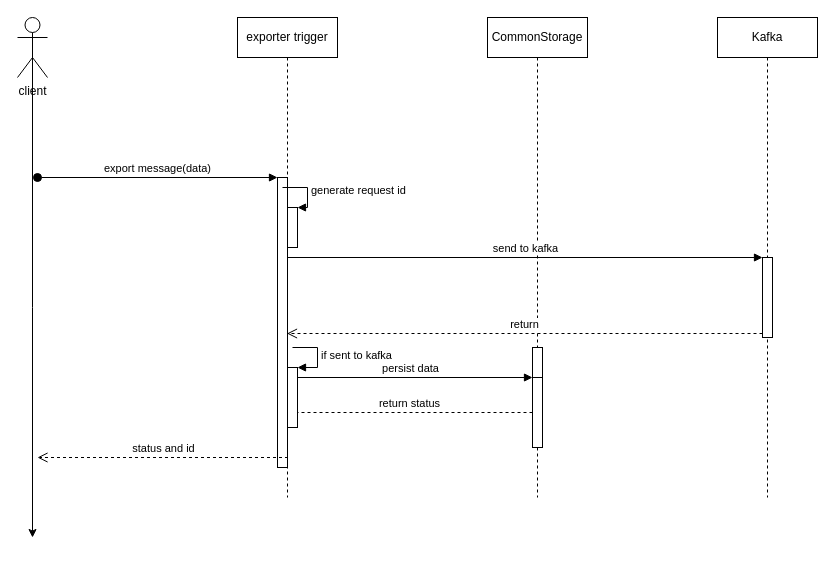
This is page "Export Request Flow" (1 of 2) of design/Exporter Trigger UML.drawio from MapColonies/exporter-trigger-deprecated, a draw.io file, before an edit. Source tidied: cells renumbered, new cells numbered last; positions are measured from the earlier drawing's top-left corner, leaving out a move shared by most shapes. Both pictures are drawn from the tidied source at 100%, with x=0, y=0 at pixel (17, 17).
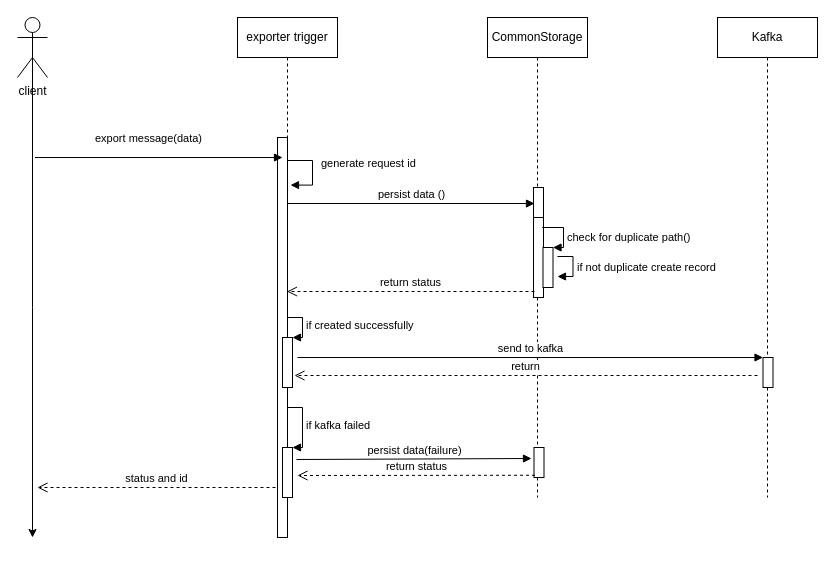
After the change.

Commit message:
fix(design): update sequence diagram

Unchanged cells that the change refers to:
```xml
<mxCell id="9" value="CommonStorage" style="shape=umlLifeline;perimeter=lifelinePerimeter;whiteSpace=wrap;html=1;" parent="1" vertex="1">
  <mxGeometry x="470" width="100" height="480" as="geometry" />
</mxCell>
<mxCell id="12" value="Kafka" style="shape=umlLifeline;perimeter=lifelinePerimeter;whiteSpace=wrap;html=1;" parent="1" vertex="1">
  <mxGeometry x="700" width="100" height="480" as="geometry" />
</mxCell>
```

What changed in the source:
```diff
@@
     <mxCell id="4" value="exporter trigger" style="shape=umlLifeline;perimeter=lifelinePerimeter;whiteSpace=wrap;html=1;outlineConnect=0;" parent="1" vertex="1">
-      <mxGeometry x="220" width="100" height="480" as="geometry" />
+      <mxGeometry x="220" width="100" height="520" as="geometry" />
     </mxCell>
     <mxCell id="5" style="html=1;points=[];perimeter=orthogonalPerimeter;" parent="4" vertex="1">
-      <mxGeometry x="40" y="160" width="10" height="290" as="geometry" />
+      <mxGeometry x="40" y="120" width="10" height="400" as="geometry" />
     </mxCell>
+    <mxCell id="21" style="html=1;points=[];perimeter=orthogonalPerimeter;" parent="4" vertex="1">
+      <mxGeometry x="45" y="320" width="10" height="50" as="geometry" />
+    </mxCell>
+    <mxCell id="22" value="&lt;div style=&quot;text-align: center&quot;&gt;if created successfully&lt;/div&gt;" style="edgeStyle=orthogonalEdgeStyle;html=1;align=left;spacingLeft=2;endArrow=block;rounded=0;entryX=1;entryY=0;" parent="4" edge="1" target="21">
+      <mxGeometry relative="1" as="geometry">
+        <mxPoint x="50" y="300" as="sourcePoint" />
+        <Array as="points">
+          <mxPoint x="65" y="300" />
+        </Array>
+      </mxGeometry>
+    </mxCell>
+    <mxCell id="23" style="html=1;points=[];perimeter=orthogonalPerimeter;" parent="4" vertex="1">
+      <mxGeometry x="45" y="430" width="10" height="50" as="geometry" />
+    </mxCell>
+    <mxCell id="24" value="&lt;div style=&quot;text-align: center&quot;&gt;if kafka failed&lt;/div&gt;" style="edgeStyle=orthogonalEdgeStyle;html=1;align=left;spacingLeft=2;endArrow=block;rounded=0;entryX=1;entryY=0;" parent="4" edge="1" target="23">
+      <mxGeometry relative="1" as="geometry">
+        <mxPoint x="50" y="390" as="sourcePoint" />
+        <Array as="points">
+          <mxPoint x="65" y="390" />
+        </Array>
+      </mxGeometry>
+    </mxCell>
-    <mxCell id="6" value="export message(data)" style="html=1;verticalAlign=bottom;startArrow=oval;endArrow=block;startSize=8;" parent="4" edge="1" target="5">
-      <mxGeometry relative="1" as="geometry">
-        <mxPoint x="-200" y="160" as="sourcePoint" />
+    <mxCell id="6" value="export message(data)" style="html=1;verticalAlign=bottom;endArrow=block;entryX=0.1;entryY=0.267;entryDx=0;entryDy=0;entryPerimeter=0;" parent="4" edge="1">
+      <mxGeometry x="-0.09" y="10" relative="1" as="geometry">
+        <mxPoint x="-202.5" y="140" as="sourcePoint" />
+        <mxPoint x="45" y="140" as="targetPoint" />
       </mxGeometry>
     </mxCell>
-    <mxCell id="7" style="html=1;points=[];perimeter=orthogonalPerimeter;" parent="4" vertex="1">
-      <mxGeometry x="50" y="190" width="10" height="40" as="geometry" />
-    </mxCell>
-    <mxCell id="8" value="&lt;span style=&quot;text-align: center&quot;&gt;generate request id&lt;/span&gt;" style="edgeStyle=orthogonalEdgeStyle;html=1;align=left;spacingLeft=2;endArrow=block;rounded=0;entryX=1;entryY=0;" parent="4" edge="1" target="7">
-      <mxGeometry relative="1" as="geometry">
-        <mxPoint x="45" y="170" as="sourcePoint" />
-        <Array as="points">
-          <mxPoint x="70" y="170" />
-        </Array>
-      </mxGeometry>
-    </mxCell>
@@
     <mxCell id="10" style="html=1;points=[];perimeter=orthogonalPerimeter;" parent="9" vertex="1">
-      <mxGeometry x="45" y="330" width="10" height="60" as="geometry" />
+      <mxGeometry x="46" y="170" width="10" height="60" as="geometry" />
     </mxCell>
     <mxCell id="11" style="html=1;points=[];perimeter=orthogonalPerimeter;" parent="9" vertex="1">
-      <mxGeometry x="45" y="360" width="10" height="70" as="geometry" />
+      <mxGeometry x="46" y="200" width="10" height="80" as="geometry" />
     </mxCell>
@@
     <mxCell id="13" style="html=1;points=[];perimeter=orthogonalPerimeter;" parent="12" vertex="1">
-      <mxGeometry x="45" y="240" width="10" height="80" as="geometry" />
+      <mxGeometry x="45.5" y="340" width="10" height="30" as="geometry" />
     </mxCell>
-    <mxCell id="14" value="status and id" style="html=1;verticalAlign=bottom;endArrow=open;dashed=1;endSize=8;" parent="1" edge="1">
+    <mxCell id="14" value="status and id" style="html=1;verticalAlign=bottom;endArrow=open;dashed=1;endSize=8;exitX=-0.2;exitY=0.875;exitDx=0;exitDy=0;exitPerimeter=0;" parent="1" edge="1" source="5">
       <mxGeometry relative="1" as="geometry">
-        <mxPoint x="270.5" y="440" as="sourcePoint" />
-        <mxPoint x="20" y="440" as="targetPoint" />
+        <mxPoint x="20" y="470" as="targetPoint" />
       </mxGeometry>
     </mxCell>
-    <mxCell id="15" value="persist data" style="html=1;verticalAlign=bottom;endArrow=block;entryX=0;entryY=0;" parent="1" edge="1" source="4" target="11">
-      <mxGeometry relative="1" as="geometry" />
-    </mxCell>
-    <mxCell id="16" value="return status" style="html=1;verticalAlign=bottom;endArrow=open;dashed=1;endSize=8;" parent="1" edge="1" source="11" target="4">
-      <mxGeometry relative="1" as="geometry" />
-    </mxCell>
-    <mxCell id="17" value="send to kafka" style="html=1;verticalAlign=bottom;endArrow=block;entryX=0;entryY=0;" parent="1" edge="1" source="4" target="13">
-      <mxGeometry relative="1" as="geometry" />
+    <mxCell id="17" value="send to kafka" style="html=1;verticalAlign=bottom;endArrow=block;entryX=0;entryY=0;" parent="1" edge="1" target="13">
+      <mxGeometry relative="1" as="geometry">
+        <mxPoint x="280" y="340" as="sourcePoint" />
+      </mxGeometry>
     </mxCell>
-    <mxCell id="18" value="return" style="html=1;verticalAlign=bottom;endArrow=open;dashed=1;endSize=8;exitX=0;exitY=0.95;" parent="1" edge="1" source="13" target="4">
-      <mxGeometry relative="1" as="geometry" />
+    <mxCell id="18" value="return" style="html=1;verticalAlign=bottom;endArrow=open;dashed=1;endSize=8;entryX=1.2;entryY=0.76;entryDx=0;entryDy=0;entryPerimeter=0;" parent="1" edge="1" target="21">
+      <mxGeometry relative="1" as="geometry">
+        <mxPoint x="740" y="358" as="sourcePoint" />
+      </mxGeometry>
     </mxCell>
-    <mxCell id="19" style="html=1;points=[];perimeter=orthogonalPerimeter;" parent="1" vertex="1">
-      <mxGeometry x="270" y="350" width="10" height="60" as="geometry" />
-    </mxCell>
-    <mxCell id="20" value="if sent to kafka" style="edgeStyle=orthogonalEdgeStyle;html=1;align=left;spacingLeft=2;endArrow=block;rounded=0;entryX=1;entryY=0;" parent="1" edge="1" target="19">
-      <mxGeometry relative="1" as="geometry">
-        <mxPoint x="275" y="330" as="sourcePoint" />
-        <Array as="points">
-          <mxPoint x="300" y="330" />
-        </Array>
-      </mxGeometry>
-    </mxCell>
+    <mxCell id="25" style="html=1;points=[];perimeter=orthogonalPerimeter;" parent="1" vertex="1">
+      <mxGeometry x="525.5" y="230" width="10" height="40" as="geometry" />
+    </mxCell>
+    <mxCell id="26" value="&lt;div style=&quot;text-align: center&quot;&gt;check for duplicate path()&lt;/div&gt;" style="edgeStyle=orthogonalEdgeStyle;html=1;align=left;spacingLeft=2;endArrow=block;rounded=0;entryX=1;entryY=0;" parent="1" edge="1" target="25">
+      <mxGeometry x="0.27" relative="1" as="geometry">
+        <mxPoint x="531" y="210" as="sourcePoint" />
+        <Array as="points">
+          <mxPoint x="525" y="210" />
+          <mxPoint x="546" y="210" />
+          <mxPoint x="546" y="230" />
+        </Array>
+      </mxGeometry>
+    </mxCell>
+    <mxCell id="16" value="return status" style="html=1;verticalAlign=bottom;endArrow=open;dashed=1;endSize=8;exitX=0.1;exitY=0.925;exitDx=0;exitDy=0;exitPerimeter=0;" parent="1" edge="1" source="11" target="4">
+      <mxGeometry relative="1" as="geometry" />
+    </mxCell>
+    <mxCell id="8" value="&lt;span style=&quot;text-align: center&quot;&gt;generate request id&lt;/span&gt;" style="edgeStyle=orthogonalEdgeStyle;html=1;align=left;spacingLeft=2;endArrow=block;rounded=0;entryX=1.3;entryY=0.119;entryDx=0;entryDy=0;entryPerimeter=0;" parent="1" edge="1" target="5">
+      <mxGeometry x="-0.12" y="6" relative="1" as="geometry">
+        <mxPoint x="270" y="143" as="sourcePoint" />
+        <Array as="points">
+          <mxPoint x="295" y="143" />
+          <mxPoint x="295" y="168" />
+        </Array>
+        <mxPoint x="-1" y="-4" as="offset" />
+      </mxGeometry>
+    </mxCell>
+    <mxCell id="15" value="persist data ()" style="html=1;verticalAlign=bottom;endArrow=block;entryX=0.1;entryY=0.267;entryDx=0;entryDy=0;entryPerimeter=0;" parent="1" edge="1" source="4" target="10">
+      <mxGeometry relative="1" as="geometry" />
+    </mxCell>
+    <mxCell id="27" value="&lt;div style=&quot;text-align: center&quot;&gt;if not duplicate create record&lt;/div&gt;" style="edgeStyle=orthogonalEdgeStyle;html=1;align=left;spacingLeft=2;endArrow=block;rounded=0;" parent="1" edge="1">
+      <mxGeometry relative="1" as="geometry">
+        <mxPoint x="540" y="239" as="sourcePoint" />
+        <mxPoint x="540" y="259" as="targetPoint" />
+        <Array as="points">
+          <mxPoint x="555.5" y="239" />
+        </Array>
+      </mxGeometry>
+    </mxCell>
+    <mxCell id="28" style="html=1;points=[];perimeter=orthogonalPerimeter;" parent="1" vertex="1">
+      <mxGeometry x="516.5" y="430" width="10" height="30" as="geometry" />
+    </mxCell>
+    <mxCell id="29" value="return status" style="html=1;verticalAlign=bottom;endArrow=open;dashed=1;endSize=8;exitX=0.1;exitY=0.925;exitDx=0;exitDy=0;exitPerimeter=0;" parent="1" edge="1" source="28">
+      <mxGeometry relative="1" as="geometry">
+        <mxPoint x="280" y="458" as="targetPoint" />
+      </mxGeometry>
+    </mxCell>
+    <mxCell id="30" value="persist data(failure)" style="html=1;verticalAlign=bottom;endArrow=block;entryX=-0.25;entryY=0.367;exitX=1.4;exitY=0.24;exitDx=0;exitDy=0;exitPerimeter=0;entryDx=0;entryDy=0;entryPerimeter=0;" parent="1" edge="1" source="23" target="28">
+      <mxGeometry relative="1" as="geometry" />
+    </mxCell>
```
